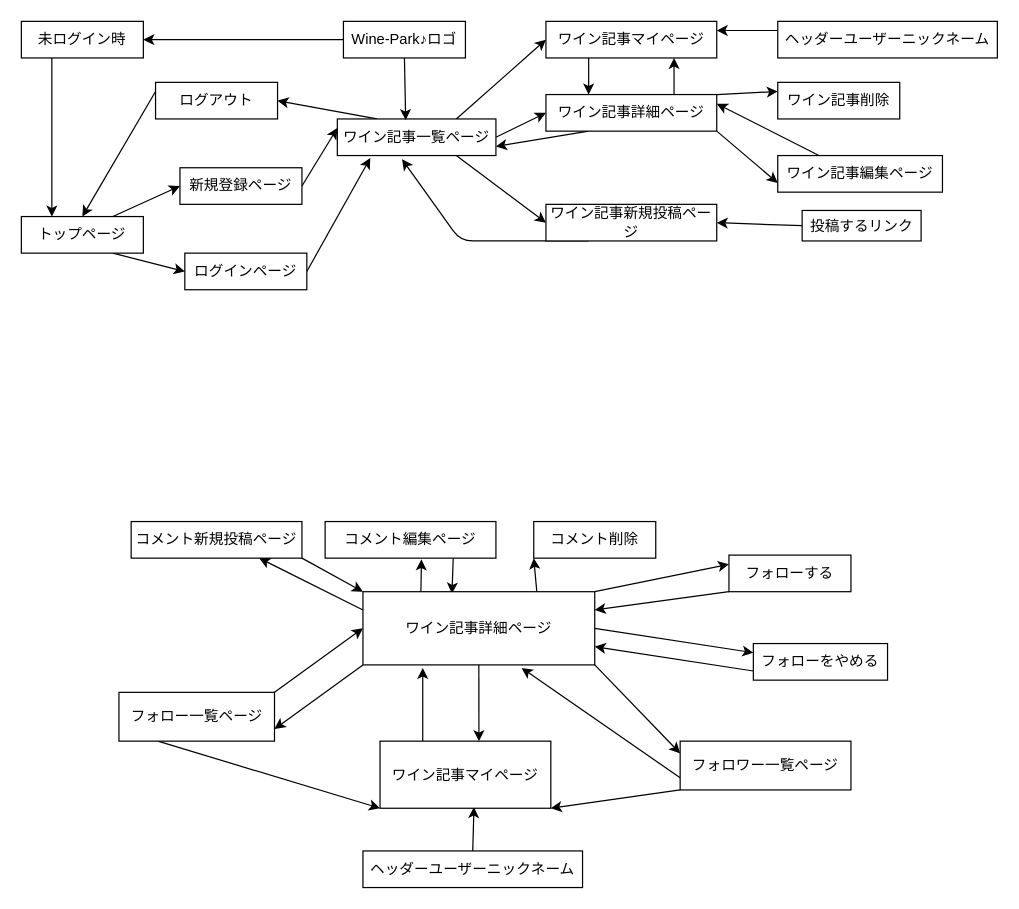
This is app/views/wine-park-37082-moving.dio from kzen23/wine-park-37082, a draw.io file, before an edit. Source tidied: cells renumbered, new cells numbered last; positions are measured from the earlier drawing's top-left corner, leaving out a move shared by most shapes. Both pictures are drawn from the tidied source at 122%, with x=0, y=0 at pixel (21, 21).
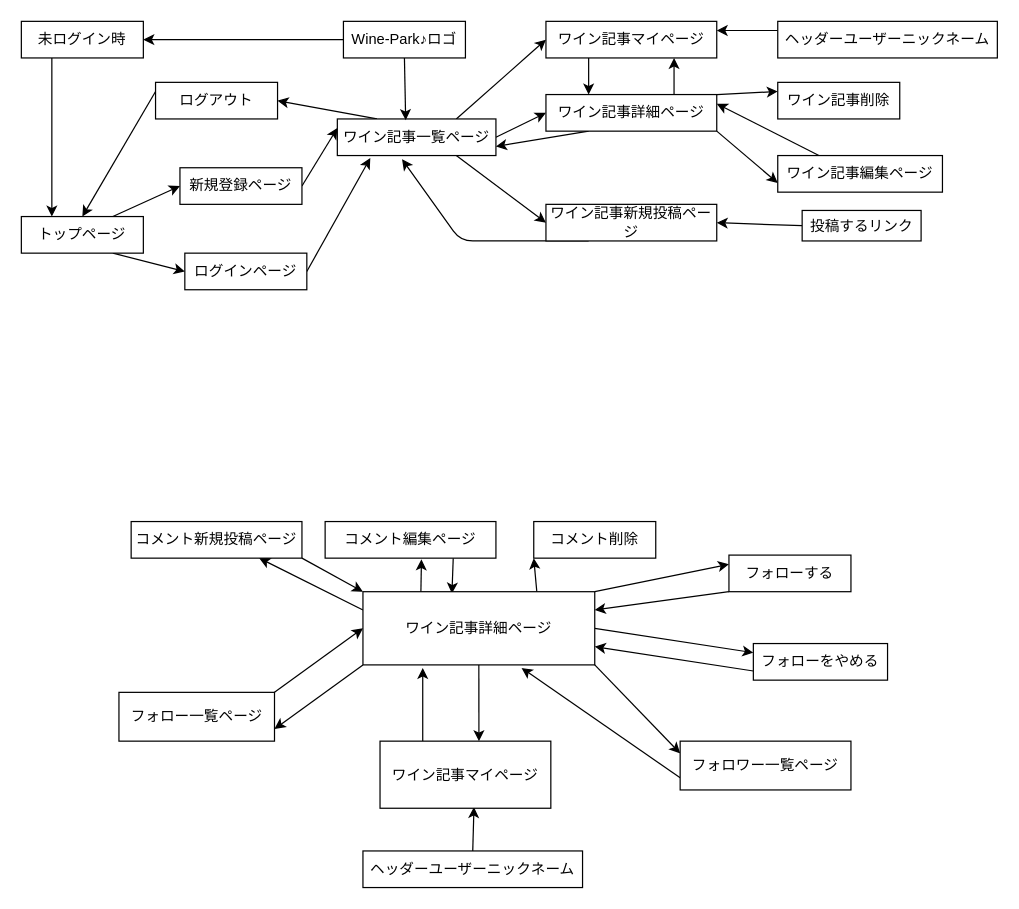
Above is the later version.

The change refers to these unchanged cells:
```xml
<mxCell id="51" value="フォロワー一覧ページ" style="whiteSpace=wrap;html=1;align=center;" parent="1" vertex="1">
  <mxGeometry x="540" y="590" width="140" height="40" as="geometry" />
</mxCell>
<mxCell id="56" value="フォロー一覧ページ" style="whiteSpace=wrap;html=1;align=center;" parent="1" vertex="1">
  <mxGeometry x="80" y="550" width="127.5" height="40" as="geometry" />
</mxCell>
<mxCell id="58" value="ワイン記事マイページ" style="whiteSpace=wrap;html=1;align=center;" parent="1" vertex="1">
  <mxGeometry x="294" y="590" width="140" height="55" as="geometry" />
</mxCell>
```

Diff of the diagram source:
```diff
@@
-    <mxCell id="49" style="edgeStyle=none;html=1;exitX=0;exitY=1;exitDx=0;exitDy=0;entryX=1;entryY=1;entryDx=0;entryDy=0;" parent="1" edge="1" source="51" target="58">
-      <mxGeometry relative="1" as="geometry" />
-    </mxCell>
@@
-    <mxCell id="54" style="edgeStyle=none;html=1;exitX=0.25;exitY=1;exitDx=0;exitDy=0;entryX=0;entryY=1;entryDx=0;entryDy=0;" parent="1" edge="1" source="56" target="58">
-      <mxGeometry relative="1" as="geometry" />
-    </mxCell>
```
